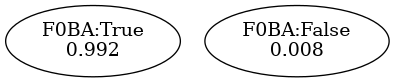
Before: Output/Simulators_output.gv.png, a diagram exported from Graphviz (YasinBoloorchi/WARP-Simulator). Its source is kept beside it as Output/Simulators_output.gv. The source it was exported from:
```dot
graph "./Output/Simulators_output" {
	"F0BA:True" [label="F0BA:True
0.992"]
	"F0BA:False" [label="F0BA:False
0.008"]
}
```
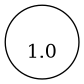
After the commit.

Change to the diagram source:
```diff
@@ -1,6 +1,4 @@
 graph "./Output/Simulators_output" {
-	"F0BA:True" [label="F0BA:True
-0.992"]
-	"F0BA:False" [label="F0BA:False
-0.008"]
+	"" [label="
+1.0"]
 }
```
